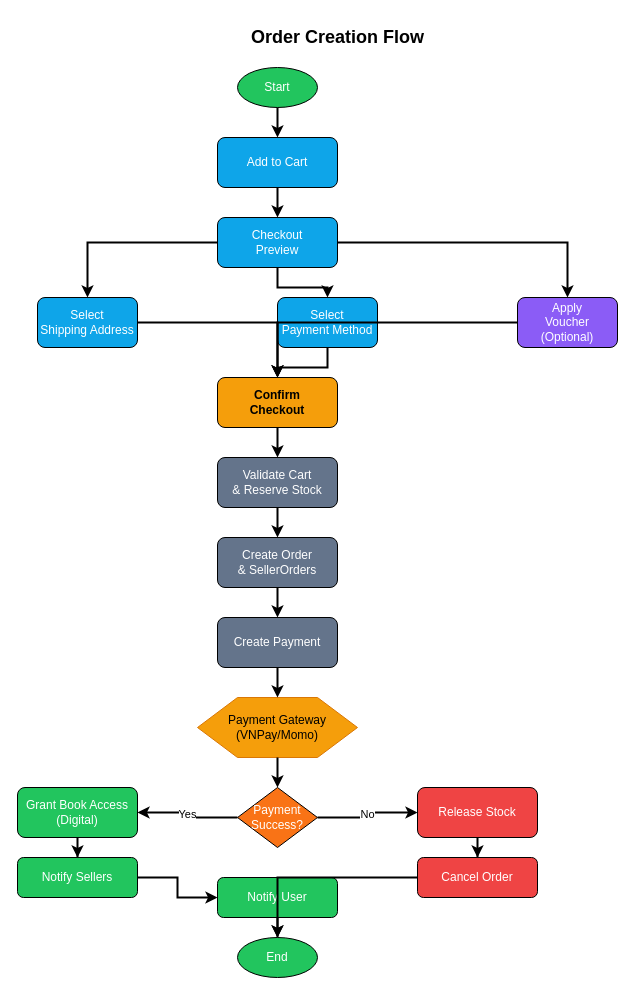
huynhgiahuy236/huki-ebook keeps this draw.io diagram as docs/17-CHARTS/draw.io/order-flow.drawio. Above is the earlier version. Source tidied: cells renumbered, new cells numbered last; positions are measured from the earlier drawing's top-left corner, leaving out a move shared by most shapes. Both pictures are drawn from the tidied source at 100%, with x=0, y=0 at pixel (17, 17).
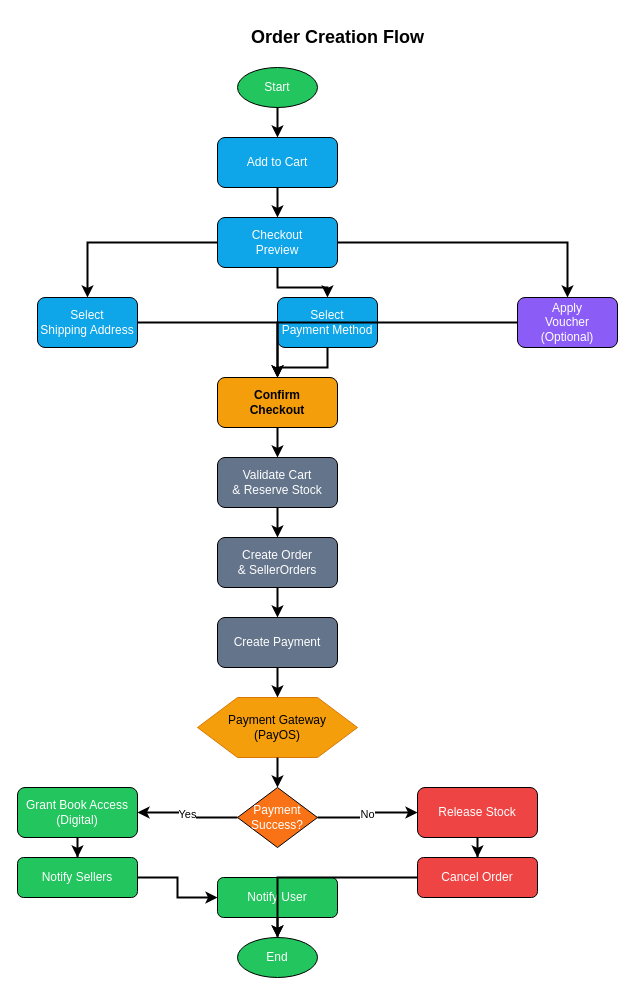
Above is the later version.

Change to the diagram source:
```diff
@@
-    <mxCell id="13" value="Payment Gateway&#10;(VNPay/Momo)" style="shape=hexagon;perimeter=hexagonPerimeter;whiteSpace=wrap;html=1;fillColor=#f59e0b;strokeColor=#d97706;" parent="1" vertex="1">
+    <mxCell id="13" value="Payment Gateway&#10;(PayOS)" style="shape=hexagon;perimeter=hexagonPerimeter;whiteSpace=wrap;html=1;fillColor=#f59e0b;strokeColor=#d97706;" parent="1" vertex="1">
       <mxGeometry x="180" y="680" width="160" height="60" as="geometry" />
     </mxCell>
```
